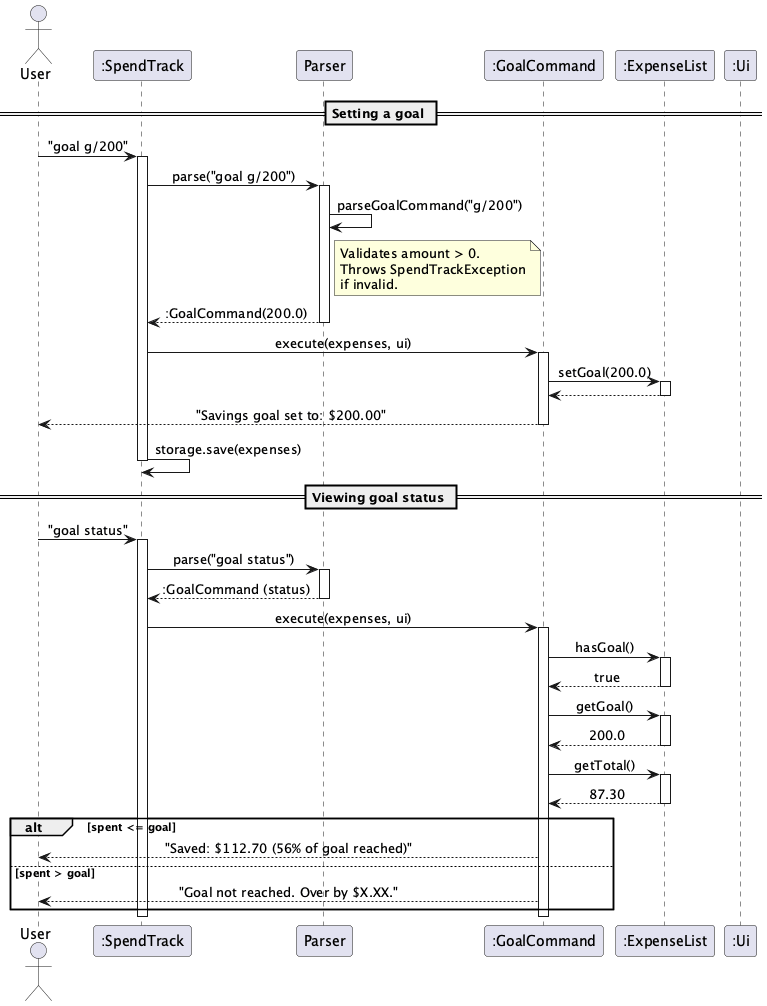
The PlantUML diagram docs/images/GoalCommandSequence.png in AbhijitBalajee/tp, before a commit. The source it was exported from:
```plantuml
@startuml
!define BGCOLOR white
skinparam backgroundColor BGCOLOR
skinparam sequenceMessageAlign center

actor User
participant ":SpendTrack" as ST
participant "Parser" as P
participant ":GoalCommand" as GC
participant ":ExpenseList" as EL
participant ":Ui" as UI

== Setting a goal ==

User -> ST : "goal g/200"
activate ST

ST -> P : parse("goal g/200")
activate P
P -> P : parseGoalCommand("g/200")
note right of P
  Validates amount > 0.
  Throws SpendTrackException
  if invalid.
end note
P --> ST : :GoalCommand(200.0)
deactivate P

ST -> GC : execute(expenses, ui)
activate GC
GC -> EL : setGoal(200.0)
activate EL
EL --> GC
deactivate EL
GC --> User : "Savings goal set to: $200.00"
deactivate GC

ST -> ST : storage.save(expenses)
deactivate ST

== Viewing goal status ==

User -> ST : "goal status"
activate ST

ST -> P : parse("goal status")
activate P
P --> ST : :GoalCommand (status)
deactivate P

ST -> GC : execute(expenses, ui)
activate GC

GC -> EL : hasGoal()
activate EL
EL --> GC : true
deactivate EL

GC -> EL : getGoal()
activate EL
EL --> GC : 200.0
deactivate EL

GC -> EL : getTotal()
activate EL
EL --> GC : 87.30
deactivate EL

alt spent <= goal
    GC --> User : "Saved: $112.70 (56% of goal reached)"
else spent > goal
    GC --> User : "Goal not reached. Over by $X.XX."
end

deactivate GC
deactivate ST
@enduml
```
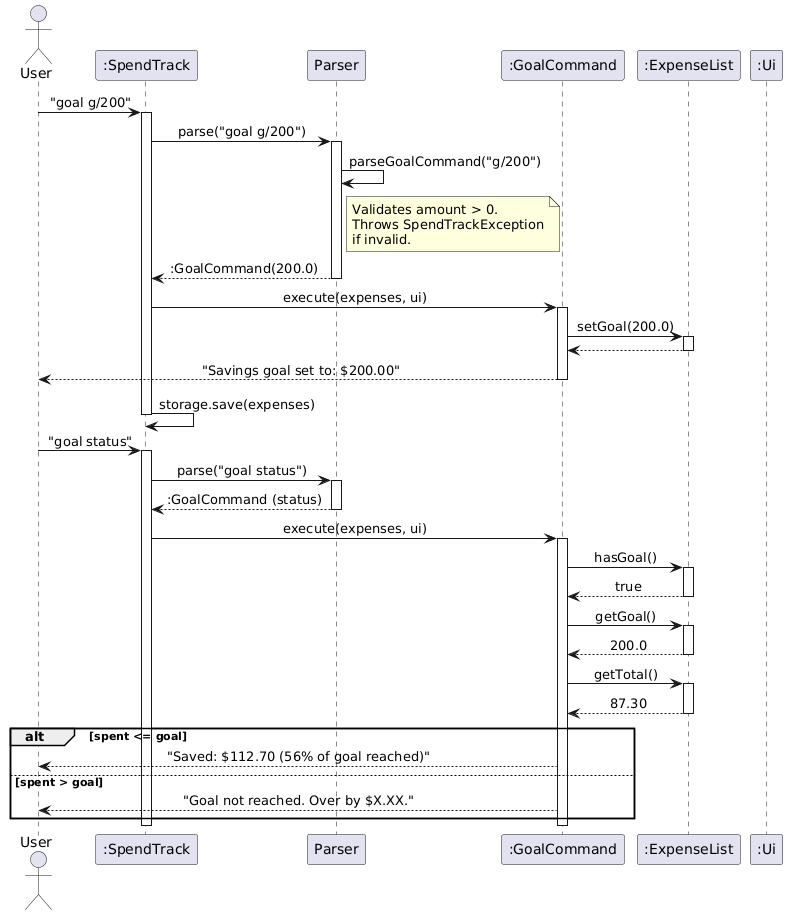
Above is the later version.

Commit message:
Edit UndoSequence and GoalCommandSequence to confirm to CS2113 conventions

Diff of the diagram source:
```diff
@@ -9,8 +9,6 @@
 participant ":GoalCommand" as GC
 participant ":ExpenseList" as EL
 participant ":Ui" as UI
-
-== Setting a goal ==
 
 User -> ST : "goal g/200"
 activate ST
@@ -37,8 +35,6 @@
 
 ST -> ST : storage.save(expenses)
 deactivate ST
-
-== Viewing goal status ==
 
 User -> ST : "goal status"
 activate ST
```
